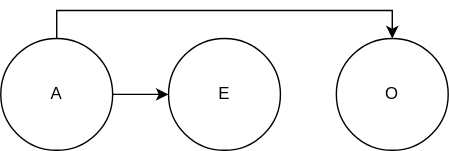
Earlier version of the draw.io export docs/source/model_design/backdoor_path_dag.svg (ihmeuw/vivarium_research). Source tidied: cells renumbered, new cells last; positions are measured from the earlier drawing's top-left corner, leaving out a move shared by most shapes. The source it was exported from:
```xml
<mxGraphModel>
  <root>
    <mxCell id="0" />
    <mxCell id="1" parent="0" />
    <mxCell id="2" value="O" style="ellipse;whiteSpace=wrap;html=1;" parent="1" vertex="1">
      <mxGeometry x="240" width="80" height="80" as="geometry" />
    </mxCell>
    <mxCell id="3" value="E" style="ellipse;whiteSpace=wrap;html=1;" parent="1" vertex="1">
      <mxGeometry x="120" width="80" height="80" as="geometry" />
    </mxCell>
    <mxCell id="4" style="edgeStyle=orthogonalEdgeStyle;rounded=0;jettySize=auto;html=1;exitX=1;exitY=0.5;exitDx=0;exitDy=0;entryX=0;entryY=0.5;entryDx=0;entryDy=0;" parent="1" edge="1" source="6" target="3">
      <mxGeometry relative="1" as="geometry" />
    </mxCell>
    <mxCell id="5" style="edgeStyle=orthogonalEdgeStyle;rounded=0;jettySize=auto;html=1;exitX=0.5;exitY=0;exitDx=0;exitDy=0;entryX=0.5;entryY=0;entryDx=0;entryDy=0;" parent="1" edge="1" source="6" target="2">
      <mxGeometry relative="1" as="geometry" />
    </mxCell>
    <mxCell id="6" value="A" style="ellipse;whiteSpace=wrap;html=1;" parent="1" vertex="1">
      <mxGeometry width="80" height="80" as="geometry" />
    </mxCell>
  </root>
</mxGraphModel>
```
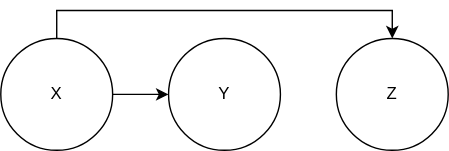
Later version of the same file.

Diff of the diagram source:
```diff
@@ -2,10 +2,10 @@
   <root>
     <mxCell id="0" />
     <mxCell id="1" parent="0" />
-    <mxCell id="2" value="O" style="ellipse;whiteSpace=wrap;html=1;" parent="1" vertex="1">
+    <mxCell id="2" value="Z" style="ellipse;whiteSpace=wrap;html=1;" parent="1" vertex="1">
       <mxGeometry x="240" width="80" height="80" as="geometry" />
     </mxCell>
-    <mxCell id="3" value="E" style="ellipse;whiteSpace=wrap;html=1;" parent="1" vertex="1">
+    <mxCell id="3" value="Y" style="ellipse;whiteSpace=wrap;html=1;" parent="1" vertex="1">
       <mxGeometry x="120" width="80" height="80" as="geometry" />
     </mxCell>
     <mxCell id="4" style="edgeStyle=orthogonalEdgeStyle;rounded=0;jettySize=auto;html=1;exitX=1;exitY=0.5;exitDx=0;exitDy=0;entryX=0;entryY=0.5;entryDx=0;entryDy=0;" parent="1" edge="1" source="6" target="3">
@@ -14,7 +14,7 @@
     <mxCell id="5" style="edgeStyle=orthogonalEdgeStyle;rounded=0;jettySize=auto;html=1;exitX=0.5;exitY=0;exitDx=0;exitDy=0;entryX=0.5;entryY=0;entryDx=0;entryDy=0;" parent="1" edge="1" source="6" target="2">
       <mxGeometry relative="1" as="geometry" />
     </mxCell>
-    <mxCell id="6" value="A" style="ellipse;whiteSpace=wrap;html=1;" parent="1" vertex="1">
+    <mxCell id="6" value="X" style="ellipse;whiteSpace=wrap;html=1;" parent="1" vertex="1">
       <mxGeometry width="80" height="80" as="geometry" />
     </mxCell>
   </root>
```
